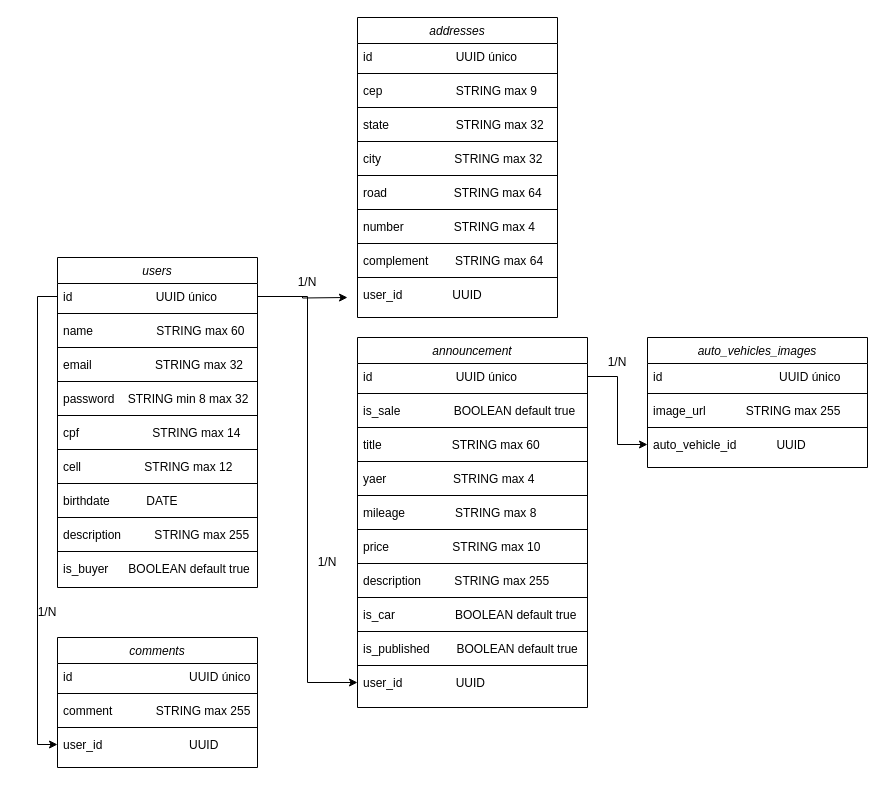
Above: public/Untitled Diagram.drawio in projeto-m6/frontend (draw.io), before the change. Source tidied: cells renumbered, new cells numbered last; positions are measured from the earlier drawing's top-left corner, leaving out a move shared by most shapes. Both pictures are drawn from the tidied source at 100%, with x=0, y=0 at pixel (17, 17).
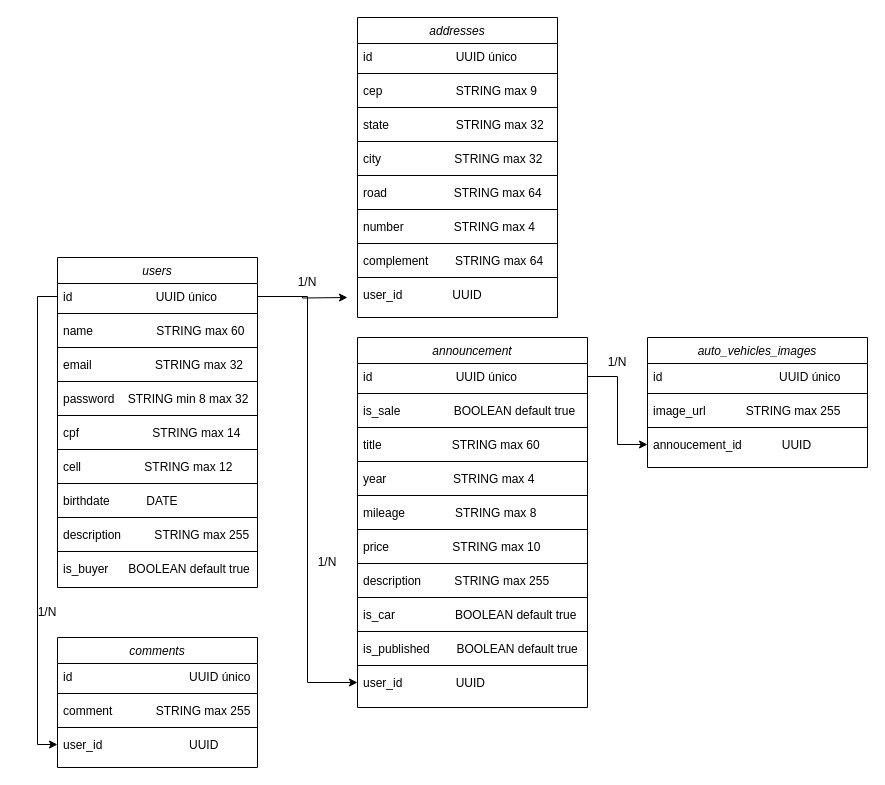
Above is the later version.

The change refers to these unchanged cells:
```xml
<mxCell id="2" value="announcement" style="swimlane;fontStyle=2;align=center;verticalAlign=top;horizontal=1;startSize=26;rounded=0;shadow=0;strokeWidth=1;" parent="1" vertex="1">
  <mxGeometry x="340" y="320" width="230" height="370" as="geometry" />
</mxCell>
<mxCell id="56" value="auto_vehicles_images" style="swimlane;fontStyle=2;align=center;verticalAlign=top;horizontal=1;startSize=26;rounded=0;shadow=0;strokeWidth=1;" parent="1" vertex="1">
  <mxGeometry x="630" y="320" width="220" height="130" as="geometry" />
</mxCell>
```

The edit, as a diff of the source:
```diff
@@
-    <mxCell id="9" value="yaer                    STRING max 4" style="text;align=left;verticalAlign=top;spacingLeft=4;spacingRight=4;overflow=hidden;" parent="2" vertex="1">
+    <mxCell id="9" value="year                    STRING max 4" style="text;align=left;verticalAlign=top;spacingLeft=4;spacingRight=4;overflow=hidden;" parent="2" vertex="1">
       <mxGeometry y="128" width="230" height="26" as="geometry" />
     </mxCell>
@@
-    <mxCell id="61" value="auto_vehicle_id            UUID" style="text;align=left;verticalAlign=top;spacingLeft=4;spacingRight=4;overflow=hidden;points=[[0,0.5],[1,0.5]];portConstraint=eastwest;rounded=0;shadow=0;html=0;" parent="56" vertex="1">
+    <mxCell id="61" value="annoucement_id            UUID" style="text;align=left;verticalAlign=top;spacingLeft=4;spacingRight=4;overflow=hidden;points=[[0,0.5],[1,0.5]];portConstraint=eastwest;rounded=0;shadow=0;html=0;" parent="56" vertex="1">
       <mxGeometry y="94" width="220" height="26" as="geometry" />
     </mxCell>
```
